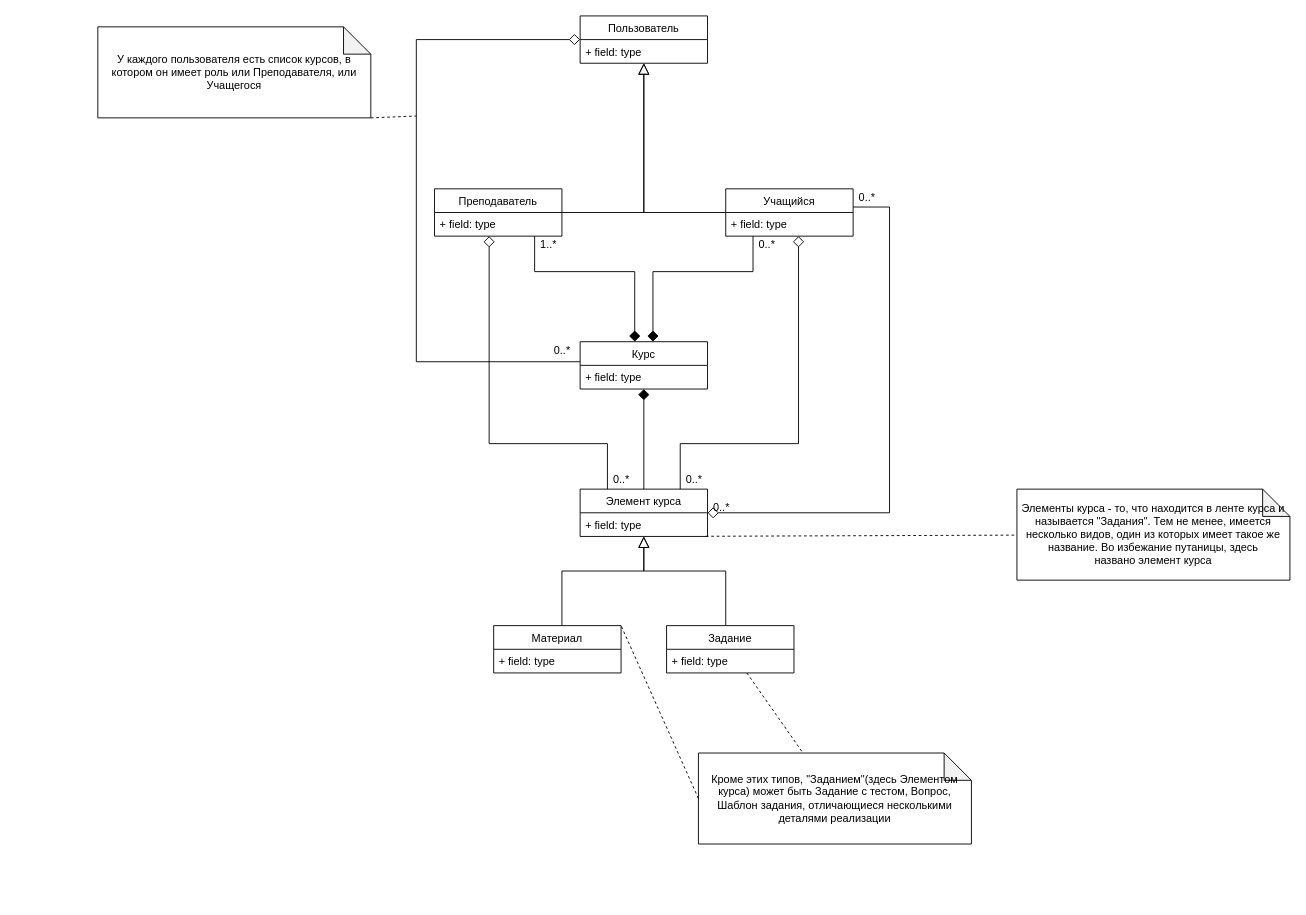
Earlier version of the draw.io diagram diagrams/Model PrO.drawio (vishIGOR/SchemesForRequirementsEngineering). Source tidied: cells renumbered, new cells numbered last; positions are measured from the earlier drawing's top-left corner, leaving out a move shared by most shapes. Both pictures are drawn from the tidied source at 91%, with x=0, y=0 at pixel (97, 15).
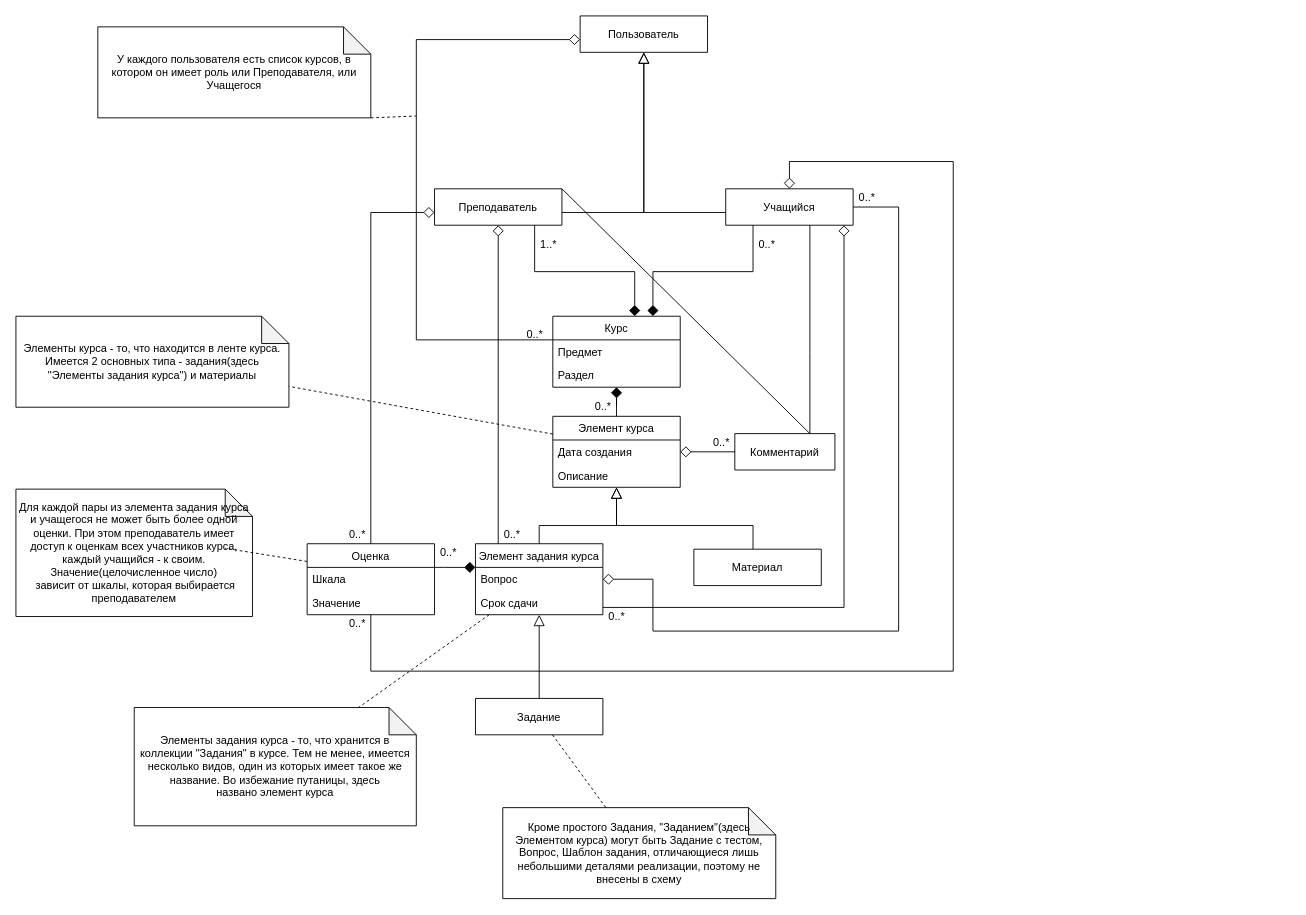
Above is the later version.

Diff of the diagram source:
```diff
@@
     <mxCell id="5" value="Курс" style="swimlane;fontStyle=0;horizontal=1;startSize=26;fillColor=none;" parent="1" vertex="1">
-      <mxGeometry x="530" y="358" width="140" height="52" as="geometry" />
+      <mxGeometry x="500" y="330" width="140" height="78" as="geometry" />
     </mxCell>
-    <mxCell id="6" value="+ field: type" style="text;strokeColor=none;fillColor=none;align=left;verticalAlign=top;spacingLeft=4;spacingRight=4;overflow=hidden;" parent="5" vertex="1">
+    <mxCell id="6" value="Предмет" style="text;strokeColor=none;fillColor=none;align=left;verticalAlign=top;spacingLeft=4;spacingRight=4;overflow=hidden;" parent="5" vertex="1">
       <mxGeometry y="26" width="140" height="26" as="geometry" />
     </mxCell>
+    <mxCell id="41" value="Раздел" style="text;strokeColor=none;fillColor=none;align=left;verticalAlign=top;spacingLeft=4;spacingRight=4;overflow=hidden;" parent="5" vertex="1">
+      <mxGeometry y="52" width="140" height="26" as="geometry" />
+    </mxCell>
     <mxCell id="7" style="edgeStyle=orthogonalEdgeStyle;rounded=0;jettySize=auto;html=1;startArrow=diamond;startFill=0;endArrow=none;endFill=0;startSize=10;endSize=10;" parent="1" edge="1" source="8" target="5">
       <mxGeometry relative="1" as="geometry">
         <Array as="points">
           <mxPoint x="350" y="26" />
-          <mxPoint x="350" y="380" />
+          <mxPoint x="350" y="356" />
         </Array>
       </mxGeometry>
     </mxCell>
-    <mxCell id="8" value="Пользователь" style="swimlane;fontStyle=0;horizontal=1;startSize=26;fillColor=none;" parent="1" vertex="1">
-      <mxGeometry x="530" width="140" height="52" as="geometry" />
+    <mxCell id="8" value="Пользователь" style="swimlane;fontStyle=0;horizontal=1;startSize=50;fillColor=none;" parent="1" vertex="1">
+      <mxGeometry x="530" width="140" height="40" as="geometry" />
     </mxCell>
-    <mxCell id="9" value="+ field: type" style="text;strokeColor=none;fillColor=none;align=left;verticalAlign=top;spacingLeft=4;spacingRight=4;overflow=hidden;" parent="8" vertex="1">
-      <mxGeometry y="26" width="140" height="26" as="geometry" />
-    </mxCell>
@@
-    <mxCell id="11" style="edgeStyle=orthogonalEdgeStyle;rounded=0;jettySize=auto;html=1;startArrow=diamond;startFill=0;endArrow=none;endFill=0;startSize=10;endSize=10;" parent="1" edge="1" source="12" target="21">
+    <mxCell id="11" style="edgeStyle=orthogonalEdgeStyle;rounded=0;jettySize=auto;html=1;startArrow=diamond;startFill=0;endArrow=none;endFill=0;startSize=10;endSize=10;" parent="1" edge="1" source="12" target="56">
       <mxGeometry relative="1" as="geometry">
         <Array as="points">
-          <mxPoint x="770" y="470" />
-          <mxPoint x="640" y="470" />
+          <mxPoint x="820" y="650" />
         </Array>
       </mxGeometry>
     </mxCell>
+    <mxCell id="42" style="edgeStyle=orthogonalEdgeStyle;rounded=0;jettySize=auto;html=1;startArrow=diamond;startFill=0;endArrow=none;endFill=0;startSize=10;endSize=10;" parent="1" edge="1" source="12" target="47">
+      <mxGeometry relative="1" as="geometry">
+        <Array as="points">
+          <mxPoint x="760" y="160" />
+          <mxPoint x="940" y="160" />
+          <mxPoint x="940" y="720" />
+          <mxPoint x="300" y="720" />
+        </Array>
+      </mxGeometry>
+    </mxCell>
-    <mxCell id="12" value="Учащийся" style="swimlane;fontStyle=0;horizontal=1;startSize=26;fillColor=none;" parent="1" vertex="1">
-      <mxGeometry x="690" y="190" width="140" height="52" as="geometry" />
+    <mxCell id="12" value="Учащийся" style="swimlane;fontStyle=0;horizontal=1;startSize=50;fillColor=none;" parent="1" vertex="1">
+      <mxGeometry x="690" y="190" width="140" height="40" as="geometry" />
     </mxCell>
-    <mxCell id="13" value="+ field: type" style="text;strokeColor=none;fillColor=none;align=left;verticalAlign=top;spacingLeft=4;spacingRight=4;overflow=hidden;" parent="12" vertex="1">
-      <mxGeometry y="26" width="140" height="26" as="geometry" />
-    </mxCell>
@@
-    <mxCell id="15" style="edgeStyle=orthogonalEdgeStyle;rounded=0;jettySize=auto;html=1;startArrow=diamond;startFill=0;endArrow=none;endFill=0;startSize=10;endSize=10;" parent="1" edge="1" source="16" target="21">
+    <mxCell id="15" style="edgeStyle=orthogonalEdgeStyle;rounded=0;jettySize=auto;html=1;startArrow=diamond;startFill=0;endArrow=none;endFill=0;startSize=10;endSize=10;" parent="1" edge="1" source="16" target="56">
       <mxGeometry relative="1" as="geometry">
         <Array as="points">
-          <mxPoint x="430" y="470" />
-          <mxPoint x="560" y="470" />
+          <mxPoint x="430" y="580" />
+          <mxPoint x="430" y="580" />
         </Array>
       </mxGeometry>
     </mxCell>
+    <mxCell id="43" style="edgeStyle=orthogonalEdgeStyle;rounded=0;jettySize=auto;html=1;startArrow=diamond;startFill=0;endArrow=none;endFill=0;startSize=10;endSize=10;" parent="1" edge="1" source="16" target="47">
+      <mxGeometry relative="1" as="geometry">
+        <Array as="points">
+          <mxPoint x="300" y="216" />
+        </Array>
+      </mxGeometry>
+    </mxCell>
-    <mxCell id="16" value="Преподаватель" style="swimlane;fontStyle=0;horizontal=1;startSize=26;fillColor=none;" parent="1" vertex="1">
-      <mxGeometry x="370" y="190" width="140" height="52" as="geometry" />
+    <mxCell id="16" value="Преподаватель" style="swimlane;fontStyle=0;horizontal=1;startSize=50;fillColor=none;" parent="1" vertex="1">
+      <mxGeometry x="370" y="190" width="140" height="40" as="geometry" />
     </mxCell>
-    <mxCell id="17" value="+ field: type" style="text;strokeColor=none;fillColor=none;align=left;verticalAlign=top;spacingLeft=4;spacingRight=4;overflow=hidden;" parent="16" vertex="1">
-      <mxGeometry y="26" width="140" height="26" as="geometry" />
-    </mxCell>
@@
-    <mxCell id="20" style="edgeStyle=orthogonalEdgeStyle;rounded=0;jettySize=auto;html=1;startArrow=diamond;startFill=0;endArrow=none;endFill=0;startSize=10;endSize=10;" parent="1" edge="1" source="21" target="12">
+    <mxCell id="20" style="edgeStyle=orthogonalEdgeStyle;rounded=0;jettySize=auto;html=1;startArrow=diamond;startFill=0;endArrow=none;endFill=0;startSize=10;endSize=10;" parent="1" edge="1" source="56" target="12">
       <mxGeometry relative="1" as="geometry">
         <Array as="points">
-          <mxPoint x="870" y="546" />
-          <mxPoint x="870" y="210" />
+          <mxPoint x="610" y="619" />
+          <mxPoint x="610" y="676" />
+          <mxPoint x="880" y="676" />
+          <mxPoint x="880" y="210" />
         </Array>
       </mxGeometry>
     </mxCell>
+    <mxCell id="44" style="edgeStyle=orthogonalEdgeStyle;rounded=0;jettySize=auto;html=1;startArrow=diamond;startFill=1;endArrow=none;endFill=0;startSize=10;endSize=10;" parent="1" edge="1" source="56" target="47">
+      <mxGeometry relative="1" as="geometry">
+        <Array as="points">
+          <mxPoint x="380" y="606" />
+          <mxPoint x="380" y="606" />
+        </Array>
+      </mxGeometry>
+    </mxCell>
+    <mxCell id="45" style="edgeStyle=orthogonalEdgeStyle;rounded=0;jettySize=auto;html=1;entryX=0;entryY=0.5;entryDx=0;entryDy=0;startArrow=diamond;startFill=0;endArrow=none;endFill=0;startSize=10;endSize=10;" parent="1" edge="1" source="21" target="63">
+      <mxGeometry relative="1" as="geometry" />
+    </mxCell>
     <mxCell id="21" value="Элемент курса" style="swimlane;fontStyle=0;horizontal=1;startSize=26;fillColor=none;" parent="1" vertex="1">
-      <mxGeometry x="530" y="520" width="140" height="52" as="geometry" />
+      <mxGeometry x="500" y="440" width="140" height="78" as="geometry" />
     </mxCell>
-    <mxCell id="22" value="+ field: type" style="text;strokeColor=none;fillColor=none;align=left;verticalAlign=top;spacingLeft=4;spacingRight=4;overflow=hidden;points=[[0,0.5],[1,0.5]];portConstraint=eastwest;" parent="21" vertex="1">
+    <mxCell id="22" value="Дата создания" style="text;strokeColor=none;fillColor=none;align=left;verticalAlign=top;spacingLeft=4;spacingRight=4;overflow=hidden;points=[[0,0.5],[1,0.5]];portConstraint=eastwest;" parent="21" vertex="1">
       <mxGeometry y="26" width="140" height="26" as="geometry" />
     </mxCell>
-    <mxCell id="23" style="edgeStyle=orthogonalEdgeStyle;rounded=0;jettySize=auto;html=1;startArrow=none;startFill=0;endArrow=block;endFill=0;startSize=10;endSize=10;" parent="1" edge="1" source="24" target="21">
-      <mxGeometry relative="1" as="geometry">
-        <Array as="points">
-          <mxPoint x="510" y="610" />
-          <mxPoint x="600" y="610" />
-        </Array>
-      </mxGeometry>
-    </mxCell>
-    <mxCell id="24" value="Материал" style="swimlane;fontStyle=0;horizontal=1;startSize=26;fillColor=none;" parent="1" vertex="1">
-      <mxGeometry x="435" y="670" width="140" height="52" as="geometry" />
-    </mxCell>
-    <mxCell id="25" value="+ field: type" style="text;strokeColor=none;fillColor=none;align=left;verticalAlign=top;spacingLeft=4;spacingRight=4;overflow=hidden;" parent="24" vertex="1">
-      <mxGeometry y="26" width="140" height="26" as="geometry" />
-    </mxCell>
+    <mxCell id="46" value="Описание" style="text;strokeColor=none;fillColor=none;align=left;verticalAlign=top;spacingLeft=4;spacingRight=4;overflow=hidden;" parent="21" vertex="1">
+      <mxGeometry y="52" width="140" height="26" as="geometry" />
+    </mxCell>
-    <mxCell id="26" style="edgeStyle=orthogonalEdgeStyle;rounded=0;jettySize=auto;html=1;startArrow=none;startFill=0;endArrow=block;endFill=0;startSize=10;endSize=10;" parent="1" edge="1" source="27" target="21">
-      <mxGeometry relative="1" as="geometry">
-        <Array as="points">
-          <mxPoint x="690" y="610" />
-          <mxPoint x="600" y="610" />
-        </Array>
-      </mxGeometry>
+    <mxCell id="26" style="edgeStyle=orthogonalEdgeStyle;rounded=0;jettySize=auto;html=1;startArrow=none;startFill=0;endArrow=block;endFill=0;startSize=10;endSize=10;" parent="1" edge="1" source="27" target="56">
+      <mxGeometry relative="1" as="geometry" />
     </mxCell>
-    <mxCell id="27" value="Задание" style="swimlane;fontStyle=0;horizontal=1;startSize=26;fillColor=none;" parent="1" vertex="1">
-      <mxGeometry x="625" y="670" width="140" height="52" as="geometry" />
+    <mxCell id="27" value="Задание" style="swimlane;fontStyle=0;horizontal=1;startSize=50;fillColor=none;" parent="1" vertex="1">
+      <mxGeometry x="415" y="750" width="140" height="40" as="geometry" />
     </mxCell>
-    <mxCell id="28" value="+ field: type" style="text;strokeColor=none;fillColor=none;align=left;verticalAlign=top;spacingLeft=4;spacingRight=4;overflow=hidden;" parent="27" vertex="1">
-      <mxGeometry y="26" width="140" height="26" as="geometry" />
-    </mxCell>
     <mxCell id="29" value="0..*" style="text;html=1;align=center;verticalAlign=middle;strokeColor=none;fillColor=none;" parent="1" vertex="1">
-      <mxGeometry x="640" y="500" width="30" height="20" as="geometry" />
+      <mxGeometry x="555" y="650" width="30" height="20" as="geometry" />
     </mxCell>
-    <mxCell id="30" value="Элементы курса - то, что находится в ленте курса и называется &quot;Задания&quot;. Тем не менее, имеется несколько видов, один из которых имеет такое же название. Во избежание путаницы, здесь &lt;br&gt;названо элемент курса" style="shape=note;whiteSpace=wrap;html=1;backgroundOutline=1;darkOpacity=0.05;" parent="1" vertex="1">
-      <mxGeometry x="1010" y="520" width="300" height="100" as="geometry" />
+    <mxCell id="30" value="Элементы задания курса - то, что хранится в коллекции &quot;Задания&quot; в курсе. Тем не менее, имеется несколько видов, один из которых имеет такое же название. Во избежание путаницы, здесь &lt;br&gt;названо элемент курса" style="shape=note;whiteSpace=wrap;html=1;backgroundOutline=1;darkOpacity=0.05;" parent="1" vertex="1">
+      <mxGeometry x="40" y="760" width="310" height="130" as="geometry" />
     </mxCell>
-    <mxCell id="31" style="endArrow=none;dashed=1;html=1;rounded=0;startSize=10;endSize=10;exitX=0.986;exitY=0.993;exitDx=0;exitDy=0;exitPerimeter=0;" parent="1" edge="1" source="22" target="30">
+    <mxCell id="31" style="endArrow=none;dashed=1;html=1;rounded=0;startSize=10;endSize=10;startArrow=none;" parent="1" edge="1" source="56" target="30">
       <mxGeometry relative="1" as="geometry" />
     </mxCell>
-    <mxCell id="32" value="Кроме этих типов, &quot;Заданием&quot;(здесь Элементом курса) может быть Задание с тестом, Вопрос, Шаблон задания, отличающиеся несколькими деталями реализации" style="shape=note;whiteSpace=wrap;html=1;backgroundOutline=1;darkOpacity=0.05;" parent="1" vertex="1">
-      <mxGeometry x="660" y="810" width="300" height="100" as="geometry" />
+    <mxCell id="32" value="Кроме простого Задания, &quot;Заданием&quot;(здесь Элементом курса) могут быть Задание с тестом, Вопрос, Шаблон задания, отличающиеся лишь небольшими деталями реализации, поэтому не внесены в схему" style="shape=note;whiteSpace=wrap;html=1;backgroundOutline=1;darkOpacity=0.05;" parent="1" vertex="1">
+      <mxGeometry x="445" y="870" width="300" height="100" as="geometry" />
     </mxCell>
@@
-    <mxCell id="34" style="endArrow=none;dashed=1;html=1;rounded=0;startSize=10;endSize=10;exitX=0;exitY=0.5;exitDx=0;exitDy=0;exitPerimeter=0;entryX=1;entryY=0;entryDx=0;entryDy=0;" parent="1" edge="1" source="32" target="24">
-      <mxGeometry relative="1" as="geometry" />
-    </mxCell>
@@
     <mxCell id="37" value="0..*" style="text;html=1;align=center;verticalAlign=middle;strokeColor=none;fillColor=none;" parent="1" vertex="1">
-      <mxGeometry x="495" y="358" width="30" height="20" as="geometry" />
+      <mxGeometry x="465" y="340" width="30" height="20" as="geometry" />
     </mxCell>
     <mxCell id="38" value="0..*" style="text;html=1;align=center;verticalAlign=middle;strokeColor=none;fillColor=none;" parent="1" vertex="1">
-      <mxGeometry x="670" y="530" width="30" height="20" as="geometry" />
+      <mxGeometry x="540" y="420" width="30" height="20" as="geometry" />
     </mxCell>
-    <mxCell id="39" value="0..*" style="text;html=1;align=center;verticalAlign=middle;strokeColor=none;fillColor=none;" parent="1" vertex="1">
-      <mxGeometry x="560" y="500" width="30" height="20" as="geometry" />
-    </mxCell>
@@
+    <mxCell id="47" value="Оценка" style="swimlane;fontStyle=0;horizontal=1;startSize=26;fillColor=none;" parent="1" vertex="1">
+      <mxGeometry x="230" y="580" width="140" height="78" as="geometry" />
+    </mxCell>
+    <mxCell id="48" value="Шкала" style="text;strokeColor=none;fillColor=none;align=left;verticalAlign=top;spacingLeft=4;spacingRight=4;overflow=hidden;" parent="47" vertex="1">
+      <mxGeometry y="26" width="140" height="26" as="geometry" />
+    </mxCell>
+    <mxCell id="49" value="Значение" style="text;strokeColor=none;fillColor=none;align=left;verticalAlign=top;spacingLeft=4;spacingRight=4;overflow=hidden;" parent="47" vertex="1">
+      <mxGeometry y="52" width="140" height="26" as="geometry" />
+    </mxCell>
+    <mxCell id="50" value="0..*" style="text;html=1;align=center;verticalAlign=middle;strokeColor=none;fillColor=none;" parent="1" vertex="1">
+      <mxGeometry x="370" y="580" width="30" height="20" as="geometry" />
+    </mxCell>
+    <mxCell id="51" value="0..*" style="text;html=1;align=center;verticalAlign=middle;strokeColor=none;fillColor=none;" parent="1" vertex="1">
+      <mxGeometry x="270" y="658" width="30" height="20" as="geometry" />
+    </mxCell>
+    <mxCell id="52" value="0..*" style="text;html=1;align=center;verticalAlign=middle;strokeColor=none;fillColor=none;" parent="1" vertex="1">
+      <mxGeometry x="270" y="560" width="30" height="20" as="geometry" />
+    </mxCell>
+    <mxCell id="53" value="Для каждой пары из элемента задания курса и учащегося не может быть более одной оценки. При этом преподаватель имеет доступ к оценкам всех участников курса, каждый учащийся - к своим. Значение(целочисленное число)&lt;br&gt;&amp;nbsp;зависит от шкалы, которая выбирается преподавателем" style="shape=note;whiteSpace=wrap;html=1;backgroundOutline=1;darkOpacity=0.05;" parent="1" vertex="1">
+      <mxGeometry x="-90" y="520" width="260" height="140" as="geometry" />
+    </mxCell>
+    <mxCell id="54" style="endArrow=none;dashed=1;html=1;rounded=0;startSize=10;endSize=10;exitX=0;exitY=0.25;exitDx=0;exitDy=0;entryX=0;entryY=0;entryDx=230;entryDy=65;entryPerimeter=0;" parent="1" edge="1" source="47" target="53">
+      <mxGeometry relative="1" as="geometry" />
+    </mxCell>
+    <mxCell id="23" style="edgeStyle=orthogonalEdgeStyle;rounded=0;jettySize=auto;html=1;startArrow=none;startFill=0;endArrow=block;endFill=0;startSize=10;endSize=10;" parent="1" edge="1" source="24" target="21">
+      <mxGeometry relative="1" as="geometry">
+        <Array as="points">
+          <mxPoint x="720" y="560" />
+          <mxPoint x="570" y="560" />
+        </Array>
+      </mxGeometry>
+    </mxCell>
+    <mxCell id="55" style="edgeStyle=orthogonalEdgeStyle;rounded=0;jettySize=auto;html=1;startArrow=none;startFill=0;endArrow=block;endFill=0;startSize=10;endSize=10;" parent="1" edge="1" source="56" target="21">
+      <mxGeometry relative="1" as="geometry">
+        <Array as="points">
+          <mxPoint x="485" y="560" />
+          <mxPoint x="570" y="560" />
+        </Array>
+      </mxGeometry>
+    </mxCell>
+    <mxCell id="56" value="Элемент задания курса" style="swimlane;fontStyle=0;horizontal=1;startSize=26;fillColor=none;" parent="1" vertex="1">
+      <mxGeometry x="415" y="580" width="140" height="78" as="geometry" />
+    </mxCell>
+    <mxCell id="57" value="Вопрос" style="text;strokeColor=none;fillColor=none;align=left;verticalAlign=top;spacingLeft=4;spacingRight=4;overflow=hidden;" parent="56" vertex="1">
+      <mxGeometry y="26" width="140" height="26" as="geometry" />
+    </mxCell>
+    <mxCell id="58" value="Срок сдачи" style="text;strokeColor=none;fillColor=none;align=left;verticalAlign=top;spacingLeft=4;spacingRight=4;overflow=hidden;" parent="56" vertex="1">
+      <mxGeometry y="52" width="140" height="26" as="geometry" />
+    </mxCell>
+    <mxCell id="24" value="Материал" style="swimlane;fontStyle=0;horizontal=1;startSize=50;fillColor=none;" parent="1" vertex="1">
+      <mxGeometry x="655" y="586" width="140" height="40" as="geometry" />
+    </mxCell>
+    <mxCell id="59" value="0..*" style="text;html=1;align=center;verticalAlign=middle;strokeColor=none;fillColor=none;" parent="1" vertex="1">
+      <mxGeometry x="440" y="560" width="30" height="20" as="geometry" />
+    </mxCell>
+    <mxCell id="60" value="Элементы курса - то, что находится в ленте курса. Имеется 2 основных типа - задания(здесь &quot;Элементы задания курса&quot;) и материалы" style="shape=note;whiteSpace=wrap;html=1;backgroundOutline=1;darkOpacity=0.05;" parent="1" vertex="1">
+      <mxGeometry x="-90" y="330" width="300" height="100" as="geometry" />
+    </mxCell>
+    <mxCell id="61" style="endArrow=none;dashed=1;html=1;rounded=0;startSize=10;endSize=10;exitX=0;exitY=0.25;exitDx=0;exitDy=0;" parent="1" edge="1" source="21" target="60">
+      <mxGeometry relative="1" as="geometry" />
+    </mxCell>
+    <mxCell id="62" style="edgeStyle=orthogonalEdgeStyle;rounded=0;jettySize=auto;html=1;startArrow=none;startFill=0;endArrow=none;endFill=0;startSize=10;endSize=10;exitX=0.75;exitY=0;exitDx=0;exitDy=0;" parent="1" edge="1" source="63" target="12">
+      <mxGeometry relative="1" as="geometry">
+        <Array as="points">
+          <mxPoint x="783" y="370" />
+          <mxPoint x="783" y="370" />
+        </Array>
+      </mxGeometry>
+    </mxCell>
+    <mxCell id="63" value="Комментарий" style="swimlane;fontStyle=0;horizontal=1;startSize=50;fillColor=none;" parent="1" vertex="1">
+      <mxGeometry x="700" y="459" width="110" height="40" as="geometry" />
+    </mxCell>
+    <mxCell id="64" value="0..*" style="text;html=1;align=center;verticalAlign=middle;strokeColor=none;fillColor=none;" parent="1" vertex="1">
+      <mxGeometry x="670" y="459" width="30" height="20" as="geometry" />
+    </mxCell>
+    <mxCell id="65" style="endArrow=none;html=1;rounded=0;startSize=10;endSize=10;entryX=1;entryY=0;entryDx=0;entryDy=0;exitX=0.75;exitY=0;exitDx=0;exitDy=0;" parent="1" edge="1" source="63" target="16">
+      <mxGeometry relative="1" as="geometry" />
+    </mxCell>
```
